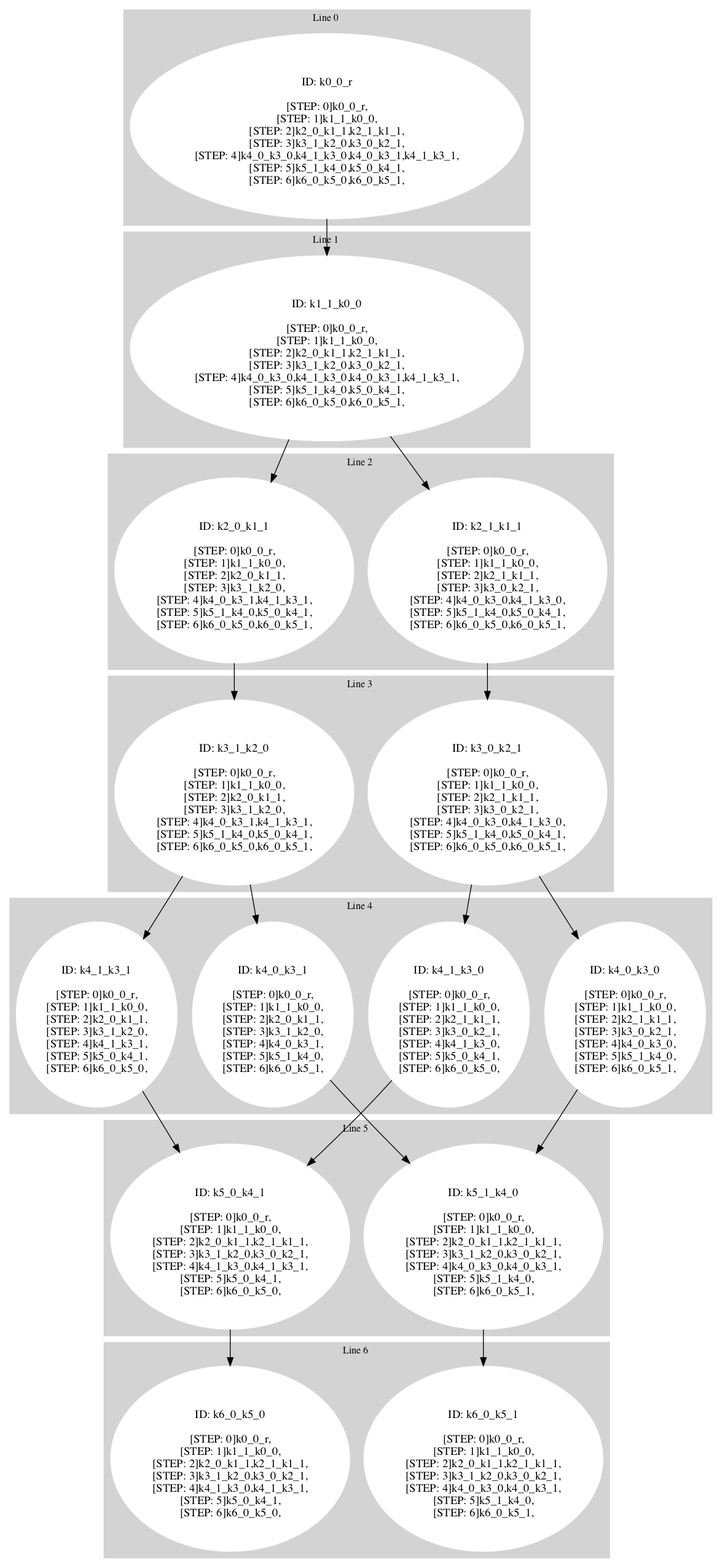
Earlier version of the Graphviz export test_visual/filter_path0_0.png (ricardombiot/3sat_machine_original_rs). Its source is kept beside it as test_visual/filter_path0_0.dot.
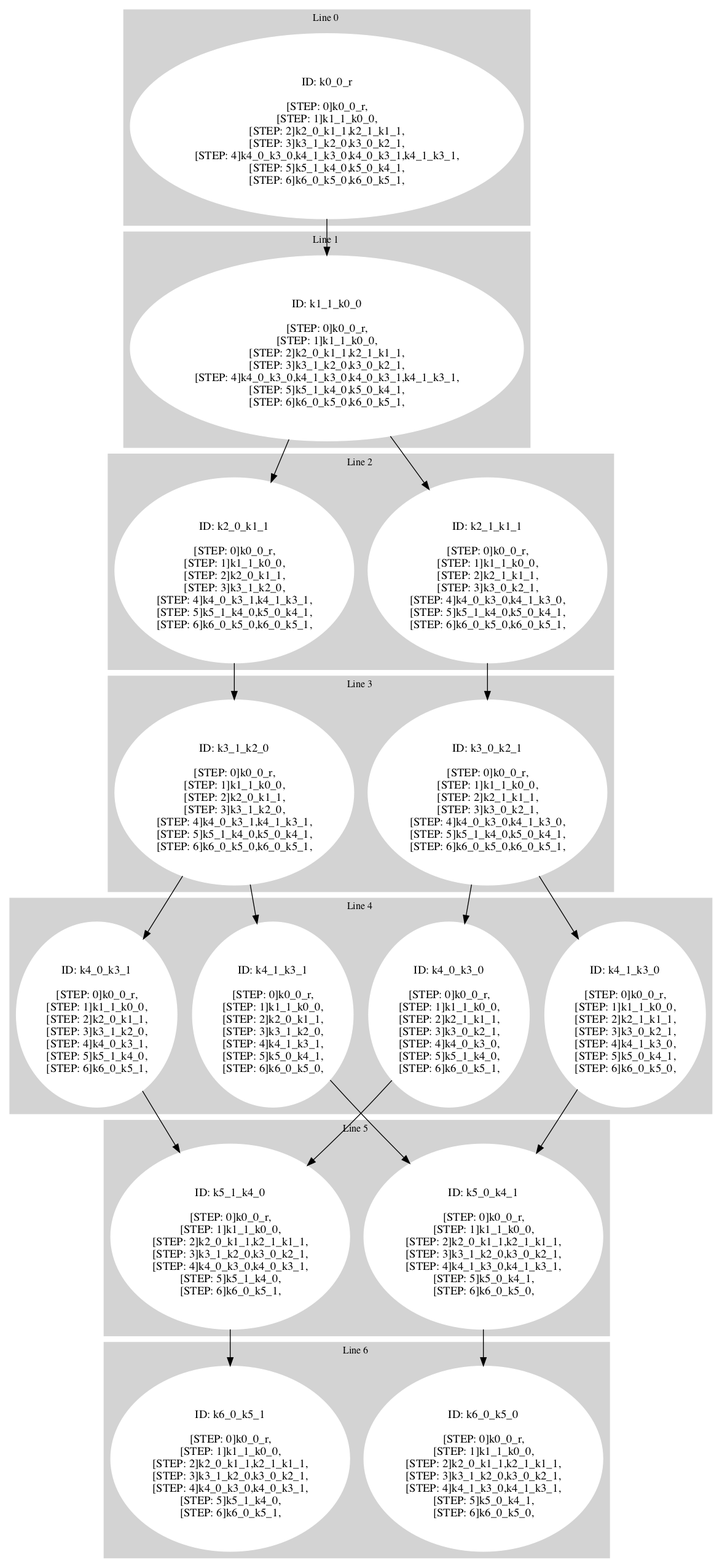
After the change.

Change to the diagram source:
```diff
@@ -60,20 +60,20 @@
  style=filled;
  color=lightgrey;
      node [style=filled,color=white];
-k3_1_k2_0 [label=<<BR /> ID: k3_1_k2_0 <BR /> <BR />
+k3_0_k2_1 [label=<<BR /> ID: k3_0_k2_1 <BR /> <BR />
+[STEP: 0]k0_0_r,<BR />
+[STEP: 1]k1_1_k0_0,<BR />
+[STEP: 2]k2_1_k1_1,<BR />
+[STEP: 3]k3_0_k2_1,<BR />
+[STEP: 4]k4_0_k3_0,k4_1_k3_0,<BR />
+[STEP: 5]k5_1_k4_0,k5_0_k4_1,<BR />
+[STEP: 6]k6_0_k5_0,k6_0_k5_1,<BR />
+>]k3_1_k2_0 [label=<<BR /> ID: k3_1_k2_0 <BR /> <BR />
 [STEP: 0]k0_0_r,<BR />
 [STEP: 1]k1_1_k0_0,<BR />
 [STEP: 2]k2_0_k1_1,<BR />
 [STEP: 3]k3_1_k2_0,<BR />
 [STEP: 4]k4_0_k3_1,k4_1_k3_1,<BR />
-[STEP: 5]k5_1_k4_0,k5_0_k4_1,<BR />
-[STEP: 6]k6_0_k5_0,k6_0_k5_1,<BR />
->]k3_0_k2_1 [label=<<BR /> ID: k3_0_k2_1 <BR /> <BR />
-[STEP: 0]k0_0_r,<BR />
-[STEP: 1]k1_1_k0_0,<BR />
-[STEP: 2]k2_1_k1_1,<BR />
-[STEP: 3]k3_0_k2_1,<BR />
-[STEP: 4]k4_0_k3_0,k4_1_k3_0,<BR />
 [STEP: 5]k5_1_k4_0,k5_0_k4_1,<BR />
 [STEP: 6]k6_0_k5_0,k6_0_k5_1,<BR />
 >]
@@ -84,7 +84,15 @@
  style=filled;
  color=lightgrey;
      node [style=filled,color=white];
-k4_0_k3_0 [label=<<BR /> ID: k4_0_k3_0 <BR /> <BR />
+k4_1_k3_0 [label=<<BR /> ID: k4_1_k3_0 <BR /> <BR />
+[STEP: 0]k0_0_r,<BR />
+[STEP: 1]k1_1_k0_0,<BR />
+[STEP: 2]k2_1_k1_1,<BR />
+[STEP: 3]k3_0_k2_1,<BR />
+[STEP: 4]k4_1_k3_0,<BR />
+[STEP: 5]k5_0_k4_1,<BR />
+[STEP: 6]k6_0_k5_0,<BR />
+>]k4_0_k3_0 [label=<<BR /> ID: k4_0_k3_0 <BR /> <BR />
 [STEP: 0]k0_0_r,<BR />
 [STEP: 1]k1_1_k0_0,<BR />
 [STEP: 2]k2_1_k1_1,<BR />
@@ -108,14 +116,6 @@
 [STEP: 4]k4_0_k3_1,<BR />
 [STEP: 5]k5_1_k4_0,<BR />
 [STEP: 6]k6_0_k5_1,<BR />
->]k4_1_k3_0 [label=<<BR /> ID: k4_1_k3_0 <BR /> <BR />
-[STEP: 0]k0_0_r,<BR />
-[STEP: 1]k1_1_k0_0,<BR />
-[STEP: 2]k2_1_k1_1,<BR />
-[STEP: 3]k3_0_k2_1,<BR />
-[STEP: 4]k4_1_k3_0,<BR />
-[STEP: 5]k5_0_k4_1,<BR />
-[STEP: 6]k6_0_k5_0,<BR />
 >]
      fontsize="12"
      label = "Line 4 "
@@ -124,7 +124,15 @@
  style=filled;
  color=lightgrey;
      node [style=filled,color=white];
-k5_0_k4_1 [label=<<BR /> ID: k5_0_k4_1 <BR /> <BR />
+k5_1_k4_0 [label=<<BR /> ID: k5_1_k4_0 <BR /> <BR />
+[STEP: 0]k0_0_r,<BR />
+[STEP: 1]k1_1_k0_0,<BR />
+[STEP: 2]k2_0_k1_1,k2_1_k1_1,<BR />
+[STEP: 3]k3_1_k2_0,k3_0_k2_1,<BR />
+[STEP: 4]k4_0_k3_0,k4_0_k3_1,<BR />
+[STEP: 5]k5_1_k4_0,<BR />
+[STEP: 6]k6_0_k5_1,<BR />
+>]k5_0_k4_1 [label=<<BR /> ID: k5_0_k4_1 <BR /> <BR />
 [STEP: 0]k0_0_r,<BR />
 [STEP: 1]k1_1_k0_0,<BR />
 [STEP: 2]k2_0_k1_1,k2_1_k1_1,<BR />
@@ -132,14 +140,6 @@
 [STEP: 4]k4_1_k3_0,k4_1_k3_1,<BR />
 [STEP: 5]k5_0_k4_1,<BR />
 [STEP: 6]k6_0_k5_0,<BR />
->]k5_1_k4_0 [label=<<BR /> ID: k5_1_k4_0 <BR /> <BR />
-[STEP: 0]k0_0_r,<BR />
-[STEP: 1]k1_1_k0_0,<BR />
-[STEP: 2]k2_0_k1_1,k2_1_k1_1,<BR />
-[STEP: 3]k3_1_k2_0,k3_0_k2_1,<BR />
-[STEP: 4]k4_0_k3_0,k4_0_k3_1,<BR />
-[STEP: 5]k5_1_k4_0,<BR />
-[STEP: 6]k6_0_k5_1,<BR />
 >]
      fontsize="12"
      label = "Line 5 "
@@ -169,18 +169,18 @@
      label = "Line 6 "
  }
 k0_0_r -> k1_1_k0_0
+k1_1_k0_0 -> k2_1_k1_1
 k1_1_k0_0 -> k2_0_k1_1
-k1_1_k0_0 -> k2_1_k1_1
 k2_1_k1_1 -> k3_0_k2_1
 k2_0_k1_1 -> k3_1_k2_0
-k3_1_k2_0 -> k4_1_k3_1
-k3_1_k2_0 -> k4_0_k3_1
 k3_0_k2_1 -> k4_1_k3_0
 k3_0_k2_1 -> k4_0_k3_0
+k3_1_k2_0 -> k4_0_k3_1
+k3_1_k2_0 -> k4_1_k3_1
+k4_1_k3_0 -> k5_0_k4_1
 k4_0_k3_0 -> k5_1_k4_0
 k4_1_k3_1 -> k5_0_k4_1
 k4_0_k3_1 -> k5_1_k4_0
-k4_1_k3_0 -> k5_0_k4_1
+k5_1_k4_0 -> k6_0_k5_1
 k5_0_k4_1 -> k6_0_k5_0
-k5_1_k4_0 -> k6_0_k5_1
 }
```
